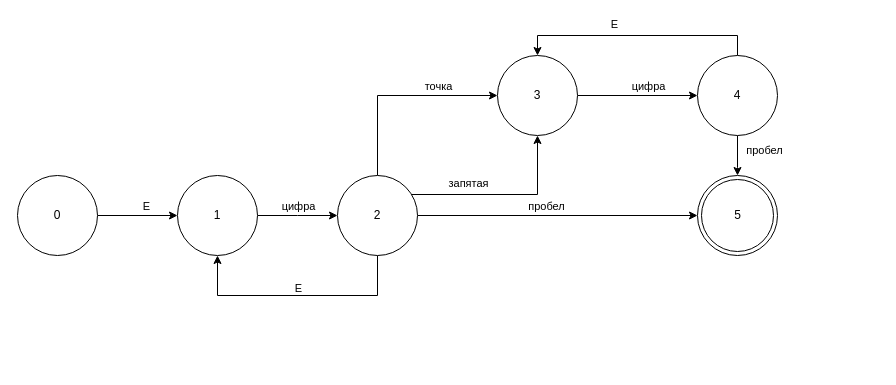
GREBIAR-Git/6_Semester keeps this draw.io diagram as Теория языков программирования/Лабораторные/1/Недетерминированный для чисел.drawio. Above is the earlier version. Source tidied: cells renumbered, new cells numbered last; positions are measured from the earlier drawing's top-left corner, leaving out a move shared by most shapes. Both pictures are drawn from the tidied source at 100%, with x=0, y=0 at pixel (17, 35).
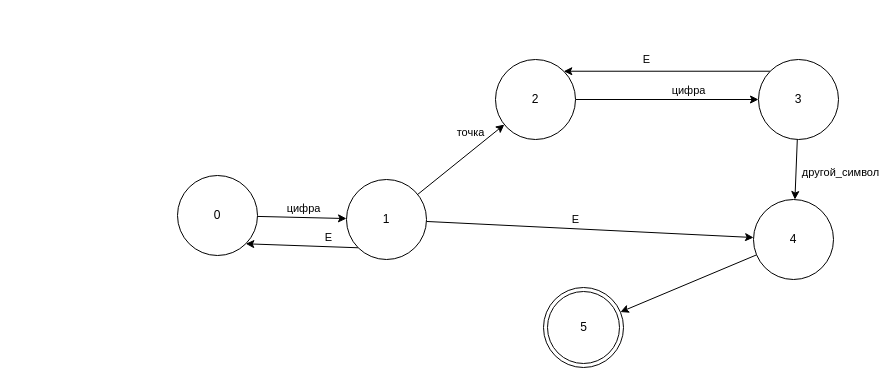
After the change.

What changed in the source:
```diff
@@
-    <mxCell id="2" style="edgeStyle=orthogonalEdgeStyle;rounded=0;jettySize=auto;html=1;entryX=0;entryY=0.5;entryDx=0;entryDy=0;" parent="1" edge="1" source="4" target="7">
-      <mxGeometry relative="1" as="geometry" />
-    </mxCell>
-    <mxCell id="3" value="E" style="edgeLabel;html=1;align=center;verticalAlign=middle;" parent="2" vertex="1">
-      <mxGeometry x="0.19" relative="1" as="geometry">
-        <mxPoint y="-10" as="offset" />
-      </mxGeometry>
-    </mxCell>
-    <mxCell id="4" value="0" style="ellipse;whiteSpace=wrap;html=1;" parent="1" vertex="1">
-      <mxGeometry y="140" width="80" height="80" as="geometry" />
-    </mxCell>
-    <mxCell id="5" style="edgeStyle=orthogonalEdgeStyle;rounded=0;jettySize=auto;html=1;" parent="1" edge="1" source="7">
-      <mxGeometry relative="1" as="geometry">
-        <mxPoint x="320" y="180" as="targetPoint" />
-      </mxGeometry>
+    <mxCell id="5" style="rounded=0;jettySize=auto;html=1;" parent="1" edge="1" source="7" target="15">
+      <mxGeometry relative="1" as="geometry" />
     </mxCell>
@@
-    <mxCell id="7" value="1" style="ellipse;whiteSpace=wrap;html=1;" parent="1" vertex="1">
+    <mxCell id="7" value="0" style="ellipse;whiteSpace=wrap;html=1;" parent="1" vertex="1">
       <mxGeometry x="160" y="140" width="80" height="80" as="geometry" />
     </mxCell>
-    <mxCell id="8" style="edgeStyle=orthogonalEdgeStyle;rounded=0;jettySize=auto;html=1;entryX=0;entryY=0.5;entryDx=0;entryDy=0;" parent="1" edge="1" source="15" target="16">
+    <mxCell id="8" style="rounded=0;jettySize=auto;html=1;" parent="1" edge="1" source="15" target="27">
       <mxGeometry relative="1" as="geometry" />
     </mxCell>
-    <mxCell id="9" value="пробел" style="edgeLabel;html=1;align=center;verticalAlign=middle;" parent="8" vertex="1">
+    <mxCell id="9" value="E" style="edgeLabel;html=1;align=center;verticalAlign=middle;" parent="8" vertex="1">
       <mxGeometry x="-0.12" relative="1" as="geometry">
         <mxPoint x="5" y="-10" as="offset" />
       </mxGeometry>
     </mxCell>
-    <mxCell id="10" style="edgeStyle=orthogonalEdgeStyle;rounded=0;jettySize=auto;html=1;entryX=0.5;entryY=1;entryDx=0;entryDy=0;" parent="1" edge="1" source="15" target="7">
-      <mxGeometry relative="1" as="geometry">
-        <Array as="points">
-          <mxPoint x="360" y="260" />
-          <mxPoint x="200" y="260" />
-        </Array>
-      </mxGeometry>
+    <mxCell id="10" style="rounded=0;jettySize=auto;html=1;entryX=1;entryY=1;entryDx=0;entryDy=0;exitX=0;exitY=1;exitDx=0;exitDy=0;" parent="1" edge="1" source="15" target="7">
+      <mxGeometry relative="1" as="geometry" />
     </mxCell>
@@
-    <mxCell id="12" style="edgeStyle=orthogonalEdgeStyle;rounded=0;jettySize=auto;html=1;entryX=0;entryY=0.5;entryDx=0;entryDy=0;" parent="1" edge="1" source="15" target="19">
-      <mxGeometry relative="1" as="geometry">
-        <Array as="points">
-          <mxPoint x="360" y="60" />
-        </Array>
-      </mxGeometry>
+    <mxCell id="12" style="rounded=0;jettySize=auto;html=1;" parent="1" edge="1" source="15" target="19">
+      <mxGeometry relative="1" as="geometry" />
     </mxCell>
@@
-    <mxCell id="14" style="edgeStyle=orthogonalEdgeStyle;rounded=0;jettySize=auto;html=1;entryX=0.5;entryY=1;entryDx=0;entryDy=0;" parent="1" edge="1" source="15" target="19">
-      <mxGeometry relative="1" as="geometry">
-        <Array as="points">
-          <mxPoint x="520" y="159" />
-        </Array>
-      </mxGeometry>
-    </mxCell>
-    <mxCell id="15" value="2" style="ellipse;whiteSpace=wrap;html=1;" parent="1" vertex="1">
-      <mxGeometry x="320" y="140" width="80" height="80" as="geometry" />
+    <mxCell id="15" value="1" style="ellipse;whiteSpace=wrap;html=1;" parent="1" vertex="1">
+      <mxGeometry x="329" y="144" width="80" height="80" as="geometry" />
     </mxCell>
-    <mxCell id="16" value="5" style="ellipse;html=1;shape=endState;fillColor=none;strokeColor=#000000;" parent="1" vertex="1">
-      <mxGeometry x="680" y="140" width="80" height="80" as="geometry" />
+    <mxCell id="16" value="5" style="ellipse;html=1;shape=endState;fillColor=none;strokeColor=#080707;" parent="1" vertex="1">
+      <mxGeometry x="526" y="252" width="80" height="80" as="geometry" />
     </mxCell>
-    <mxCell id="17" style="edgeStyle=orthogonalEdgeStyle;rounded=0;jettySize=auto;html=1;entryX=0;entryY=0.5;entryDx=0;entryDy=0;" parent="1" edge="1" source="19" target="24">
+    <mxCell id="17" style="rounded=0;jettySize=auto;html=1;entryX=0;entryY=0.5;entryDx=0;entryDy=0;" parent="1" edge="1" source="19" target="24">
       <mxGeometry relative="1" as="geometry" />
     </mxCell>
@@
-    <mxCell id="19" value="3" style="ellipse;whiteSpace=wrap;html=1;" parent="1" vertex="1">
-      <mxGeometry x="480" y="20" width="80" height="80" as="geometry" />
+    <mxCell id="19" value="2" style="ellipse;whiteSpace=wrap;html=1;" parent="1" vertex="1">
+      <mxGeometry x="478" y="24" width="80" height="80" as="geometry" />
     </mxCell>
-    <mxCell id="20" style="edgeStyle=orthogonalEdgeStyle;rounded=0;jettySize=auto;html=1;entryX=0.5;entryY=0;entryDx=0;entryDy=0;" parent="1" edge="1" source="24" target="19">
-      <mxGeometry relative="1" as="geometry">
-        <Array as="points">
-          <mxPoint x="720" />
-          <mxPoint x="520" />
-        </Array>
-      </mxGeometry>
+    <mxCell id="20" style="rounded=0;jettySize=auto;html=1;entryX=1;entryY=0;entryDx=0;entryDy=0;exitX=0;exitY=0;exitDx=0;exitDy=0;" parent="1" edge="1" source="24" target="19">
+      <mxGeometry relative="1" as="geometry" />
     </mxCell>
@@
-    <mxCell id="22" style="edgeStyle=orthogonalEdgeStyle;rounded=0;jettySize=auto;html=1;entryX=0.5;entryY=0;entryDx=0;entryDy=0;" parent="1" edge="1" source="24" target="16">
-      <mxGeometry relative="1" as="geometry">
-        <Array as="points">
-          <mxPoint x="720" y="132" />
-          <mxPoint x="720" y="132" />
-        </Array>
-      </mxGeometry>
+    <mxCell id="22" style="rounded=0;jettySize=auto;html=1;" parent="1" edge="1" source="24" target="27">
+      <mxGeometry relative="1" as="geometry" />
     </mxCell>
-    <mxCell id="23" value="пробел" style="edgeLabel;html=1;align=center;verticalAlign=middle;" parent="22" vertex="1">
+    <mxCell id="23" value="другой_символ" style="edgeLabel;html=1;align=center;verticalAlign=middle;" parent="22" vertex="1">
       <mxGeometry x="0.11" y="1" relative="1" as="geometry">
-        <mxPoint x="25" y="-8" as="offset" />
+        <mxPoint x="43" as="offset" />
       </mxGeometry>
     </mxCell>
-    <mxCell id="24" value="4" style="ellipse;whiteSpace=wrap;html=1;" parent="1" vertex="1">
-      <mxGeometry x="680" y="20" width="80" height="80" as="geometry" />
+    <mxCell id="24" value="3" style="ellipse;whiteSpace=wrap;html=1;" parent="1" vertex="1">
+      <mxGeometry x="741" y="24" width="80" height="80" as="geometry" />
     </mxCell>
-    <mxCell id="25" value="запятая" style="edgeLabel;html=1;align=center;verticalAlign=middle;" parent="1" vertex="1">
-      <mxGeometry x="450" y="147" as="geometry" />
-    </mxCell>
+    <mxCell id="26" style="edgeStyle=none;rounded=0;jettySize=auto;html=1;" parent="1" edge="1" source="27" target="16">
+      <mxGeometry relative="1" as="geometry" />
+    </mxCell>
+    <mxCell id="27" value="4" style="ellipse;whiteSpace=wrap;html=1;" parent="1" vertex="1">
+      <mxGeometry x="736" y="164" width="80" height="80" as="geometry" />
+    </mxCell>
```
